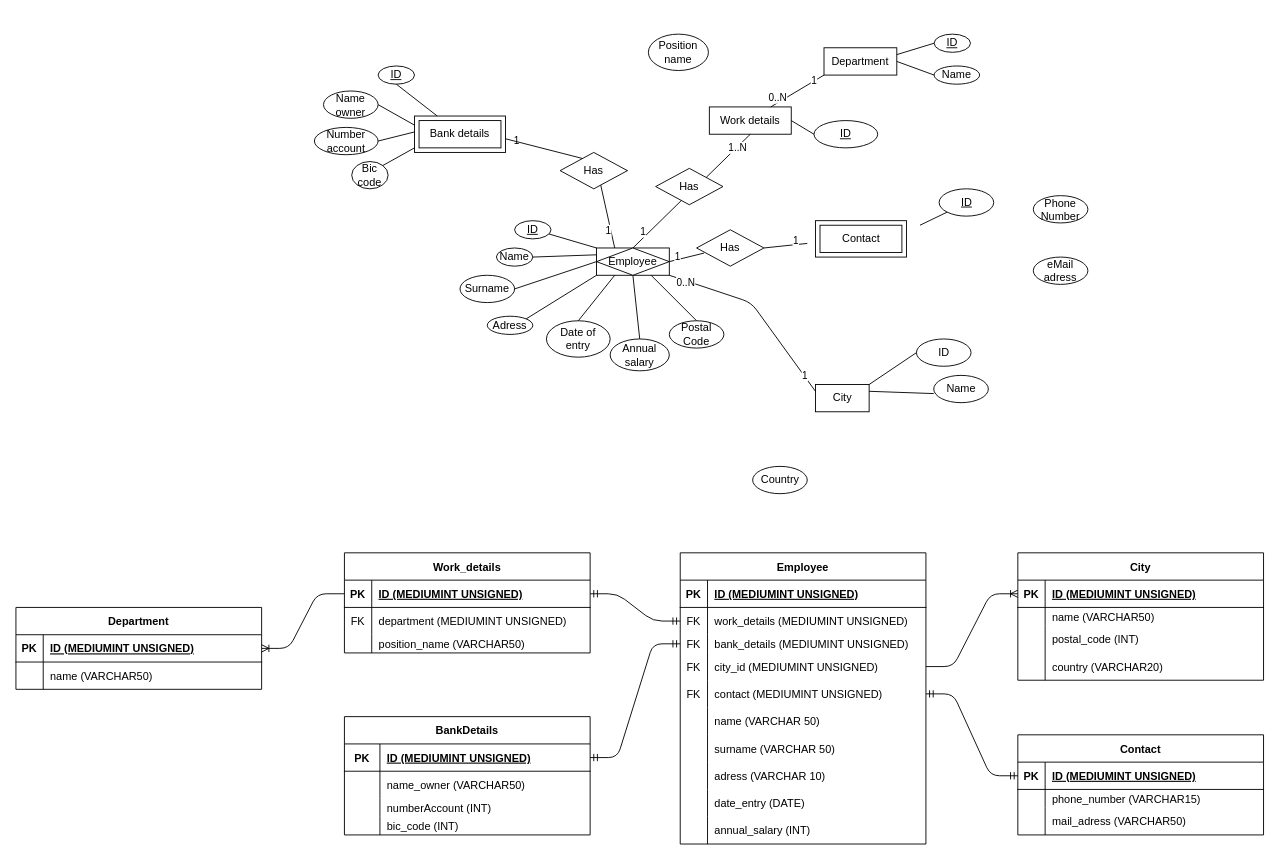
Above: Scheme_database.drawio in AntoineD74/Database-project (draw.io), before the change. Source tidied: cells renumbered, new cells numbered last; positions are measured from the earlier drawing's top-left corner, leaving out a move shared by most shapes. Both pictures are drawn from the tidied source at 91%, with x=0, y=0 at pixel (15, 34).
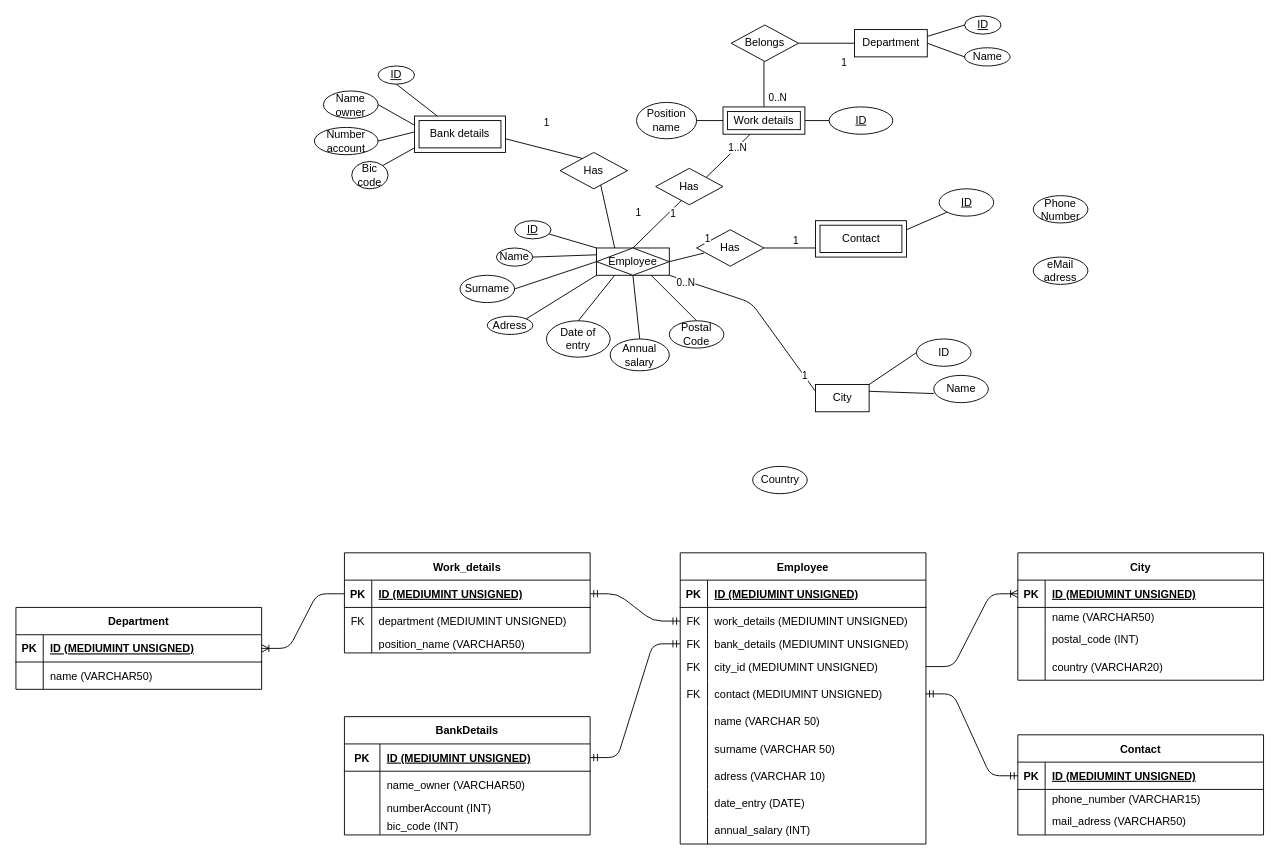
After the change.

Unchanged cells that the change refers to:
```xml
<mxCell id="14" value="&lt;u&gt;ID&lt;/u&gt;" style="ellipse;whiteSpace=wrap;html=1;" parent="1" vertex="1">
  <mxGeometry x="1014.5" y="170" width="60" height="30" as="geometry" />
</mxCell>
<mxCell id="17" value="Has" style="rhombus;whiteSpace=wrap;html=1;" parent="1" vertex="1">
  <mxGeometry x="703" y="147.5" width="74" height="40" as="geometry" />
</mxCell>
<mxCell id="55" value="Has" style="rhombus;whiteSpace=wrap;html=1;" parent="1" vertex="1">
  <mxGeometry x="748" y="215" width="74" height="40" as="geometry" />
</mxCell>
<mxCell id="154" value="Contact" style="shape=ext;margin=3;double=1;whiteSpace=wrap;html=1;align=center;" parent="1" vertex="1">
  <mxGeometry x="878.6" y="205" width="100" height="40" as="geometry" />
</mxCell>
```

The edit, as a diff of the source:
```diff
@@
-    <mxCell id="16" style="endArrow=none;html=1;entryX=0;entryY=1;entryDx=0;entryDy=0;exitX=1;exitY=0;exitDx=0;exitDy=0;" parent="1" edge="1" target="14">
-      <mxGeometry relative="1" as="geometry">
-        <mxPoint x="993.5" y="210" as="sourcePoint" />
-      </mxGeometry>
+    <mxCell id="16" style="endArrow=none;html=1;entryX=0;entryY=1;entryDx=0;entryDy=0;exitX=1;exitY=0.25;exitDx=0;exitDy=0;" parent="1" edge="1" source="154" target="14">
+      <mxGeometry relative="1" as="geometry" />
     </mxCell>
@@
     <mxCell id="30" value="Department" style="rounded=0;whiteSpace=wrap;html=1;" parent="1" vertex="1">
-      <mxGeometry x="888" y="15" width="80" height="30" as="geometry" />
+      <mxGeometry x="921.5" y="-5" width="80" height="30" as="geometry" />
     </mxCell>
@@
     <mxCell id="33" value="&lt;u&gt;ID&lt;/u&gt;" style="ellipse;whiteSpace=wrap;html=1;" parent="1" vertex="1">
-      <mxGeometry x="1009" width="40" height="20" as="geometry" />
+      <mxGeometry x="1042.5" y="-20" width="40" height="20" as="geometry" />
     </mxCell>
     <mxCell id="34" value="Name" style="ellipse;whiteSpace=wrap;html=1;" parent="1" vertex="1">
-      <mxGeometry x="1009" y="35" width="50" height="20" as="geometry" />
+      <mxGeometry x="1042.5" y="15" width="50" height="20" as="geometry" />
     </mxCell>
@@
-    <mxCell id="37" value="Work details" style="rounded=0;whiteSpace=wrap;html=1;" parent="1" vertex="1">
-      <mxGeometry x="762" y="80" width="90" height="30" as="geometry" />
-    </mxCell>
     <mxCell id="38" value="&lt;u&gt;ID&lt;/u&gt;" style="ellipse;whiteSpace=wrap;html=1;" parent="1" vertex="1">
-      <mxGeometry x="877" y="95" width="70" height="30" as="geometry" />
+      <mxGeometry x="893.6" y="80" width="70" height="30" as="geometry" />
     </mxCell>
     <mxCell id="39" value="Position name" style="ellipse;whiteSpace=wrap;html=1;" parent="1" vertex="1">
-      <mxGeometry x="695" width="66" height="40" as="geometry" />
+      <mxGeometry x="682" y="75" width="66" height="40" as="geometry" />
     </mxCell>
-    <mxCell id="40" style="endArrow=none;html=1;exitX=1;exitY=0.5;exitDx=0;exitDy=0;" parent="1" edge="1" source="37">
-      <mxGeometry relative="1" as="geometry">
-        <mxPoint x="877" y="110" as="targetPoint" />
-      </mxGeometry>
+    <mxCell id="40" style="endArrow=none;html=1;exitX=1;exitY=0.5;exitDx=0;exitDy=0;entryX=0;entryY=0.5;entryDx=0;entryDy=0;" parent="1" edge="1" source="37" target="38">
+      <mxGeometry relative="1" as="geometry" />
     </mxCell>
@@
-    <mxCell id="43" style="endArrow=none;html=1;entryX=0.5;entryY=1;entryDx=0;entryDy=0;exitX=1;exitY=0;exitDx=0;exitDy=0;" parent="1" edge="1" source="17" target="37">
-      <mxGeometry relative="1" as="geometry" />
+    <mxCell id="43" style="endArrow=none;html=1;entryX=0.5;entryY=1;entryDx=0;entryDy=0;exitX=1;exitY=0;exitDx=0;exitDy=0;" parent="1" edge="1" source="17">
+      <mxGeometry relative="1" as="geometry">
+        <mxPoint x="807" y="110" as="targetPoint" />
+      </mxGeometry>
     </mxCell>
@@
-    <mxCell id="45" style="endArrow=none;html=1;entryX=0.75;entryY=0;entryDx=0;entryDy=0;exitX=0;exitY=1;exitDx=0;exitDy=0;" parent="1" edge="1" source="30" target="37">
+    <mxCell id="45" style="endArrow=none;html=1;entryX=1;entryY=0.5;entryDx=0;entryDy=0;exitX=0;exitY=0.5;exitDx=0;exitDy=0;" parent="1" edge="1" source="30" target="159">
       <mxGeometry relative="1" as="geometry" />
     </mxCell>
@@
     <mxCell id="50" value="1" style="edgeLabel;html=1;align=center;verticalAlign=middle;" parent="1" vertex="1">
-      <mxGeometry x="999" y="55" as="geometry">
+      <mxGeometry x="1032.5" y="35" as="geometry">
         <mxPoint x="-450" y="61" as="offset" />
       </mxGeometry>
     </mxCell>
     <mxCell id="51" value="1" style="edgeLabel;html=1;align=center;verticalAlign=middle;" parent="1" vertex="1">
-      <mxGeometry x="999" y="30" as="geometry">
+      <mxGeometry x="1032.5" y="10" as="geometry">
         <mxPoint x="-349" y="185" as="offset" />
       </mxGeometry>
     </mxCell>
@@
     <mxCell id="53" value="1" style="edgeLabel;html=1;align=center;verticalAlign=middle;" parent="1" vertex="1">
-      <mxGeometry x="1040" y="57" as="geometry">
+      <mxGeometry x="1073.5" y="37" as="geometry">
         <mxPoint x="-352" y="159" as="offset" />
       </mxGeometry>
     </mxCell>
     <mxCell id="54" value="1" style="edgeLabel;html=1;align=center;verticalAlign=middle;" parent="1" vertex="1">
-      <mxGeometry x="988" y="55" as="geometry">
+      <mxGeometry x="1021.5" y="35" as="geometry">
         <mxPoint x="-112" y="-5" as="offset" />
       </mxGeometry>
     </mxCell>
@@
-    <mxCell id="57" style="endArrow=none;html=1;exitX=1;exitY=0.5;exitDx=0;exitDy=0;entryX=0;entryY=0.5;entryDx=0;entryDy=0;" parent="1" edge="1" source="55">
-      <mxGeometry relative="1" as="geometry">
-        <mxPoint x="869.6" y="230" as="targetPoint" />
-      </mxGeometry>
+    <mxCell id="57" style="endArrow=none;html=1;exitX=1;exitY=0.5;exitDx=0;exitDy=0;entryX=0;entryY=0.75;entryDx=0;entryDy=0;" parent="1" edge="1" source="55" target="154">
+      <mxGeometry relative="1" as="geometry" />
     </mxCell>
     <mxCell id="58" value="1" style="edgeLabel;html=1;align=center;verticalAlign=middle;" parent="1" vertex="1">
-      <mxGeometry x="1078" y="85" as="geometry">
+      <mxGeometry x="1111.5" y="65" as="geometry">
         <mxPoint x="-352" y="159" as="offset" />
       </mxGeometry>
     </mxCell>
@@
+    <mxCell id="37" value="Work details" style="shape=ext;margin=3;double=1;whiteSpace=wrap;html=1;align=center;" parent="1" vertex="1">
+      <mxGeometry x="777" y="80" width="90" height="30" as="geometry" />
+    </mxCell>
+    <mxCell id="159" value="Belongs" style="rhombus;whiteSpace=wrap;html=1;" parent="1" vertex="1">
+      <mxGeometry x="786" y="-10" width="74" height="40" as="geometry" />
+    </mxCell>
+    <mxCell id="160" style="endArrow=none;html=1;exitX=0.5;exitY=0;exitDx=0;exitDy=0;" parent="1" edge="1" source="37">
+      <mxGeometry relative="1" as="geometry">
+        <mxPoint x="822" y="30" as="targetPoint" />
+      </mxGeometry>
+    </mxCell>
+    <mxCell id="161" style="endArrow=none;html=1;entryX=1;entryY=0.5;entryDx=0;entryDy=0;exitX=0;exitY=0.5;exitDx=0;exitDy=0;" parent="1" edge="1" source="37" target="39">
+      <mxGeometry relative="1" as="geometry" />
+    </mxCell>
```
